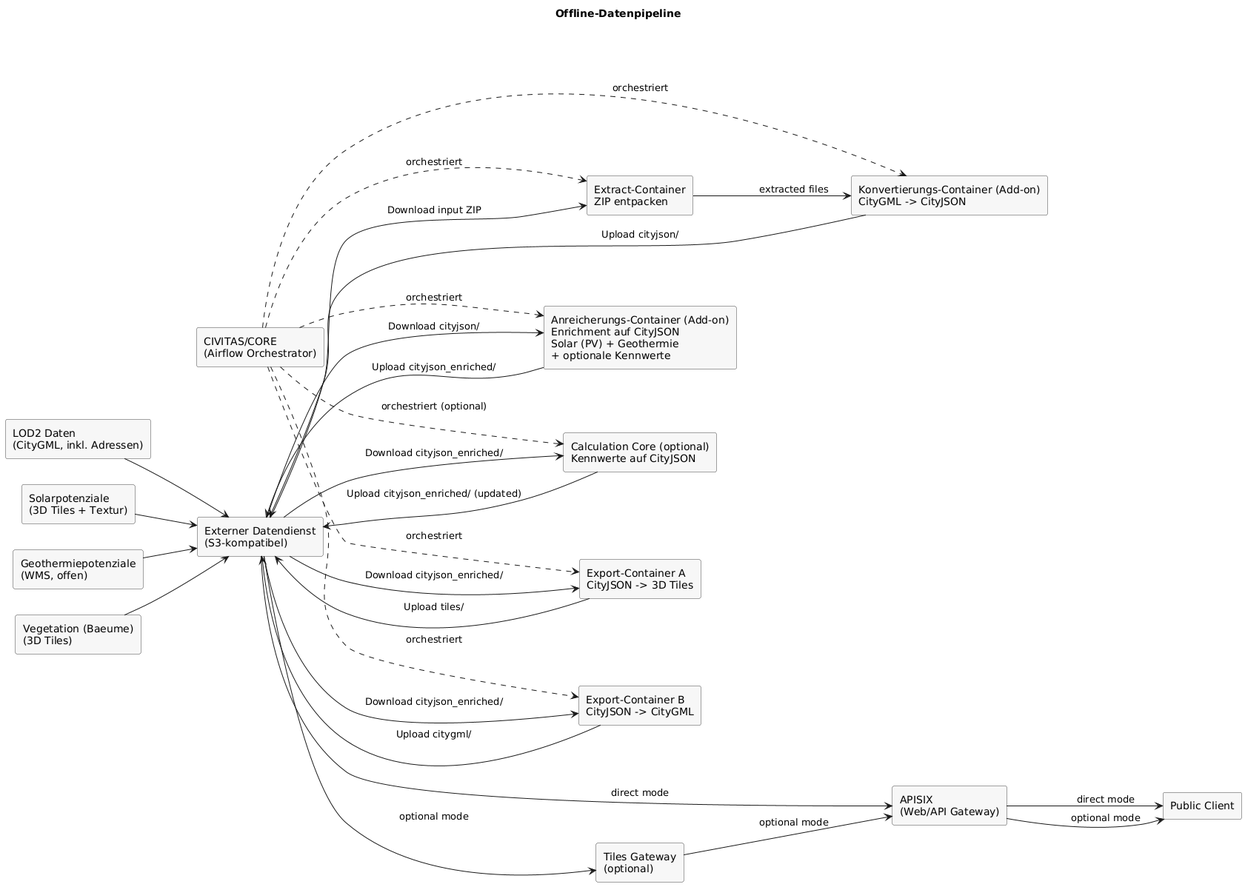
The PlantUML diagram docs/architecture/attachments/offline-data-pipeline.png in csi-FOXBYTE/Regensburg_DigitalerEnergieZwilling_Backend, before a commit.
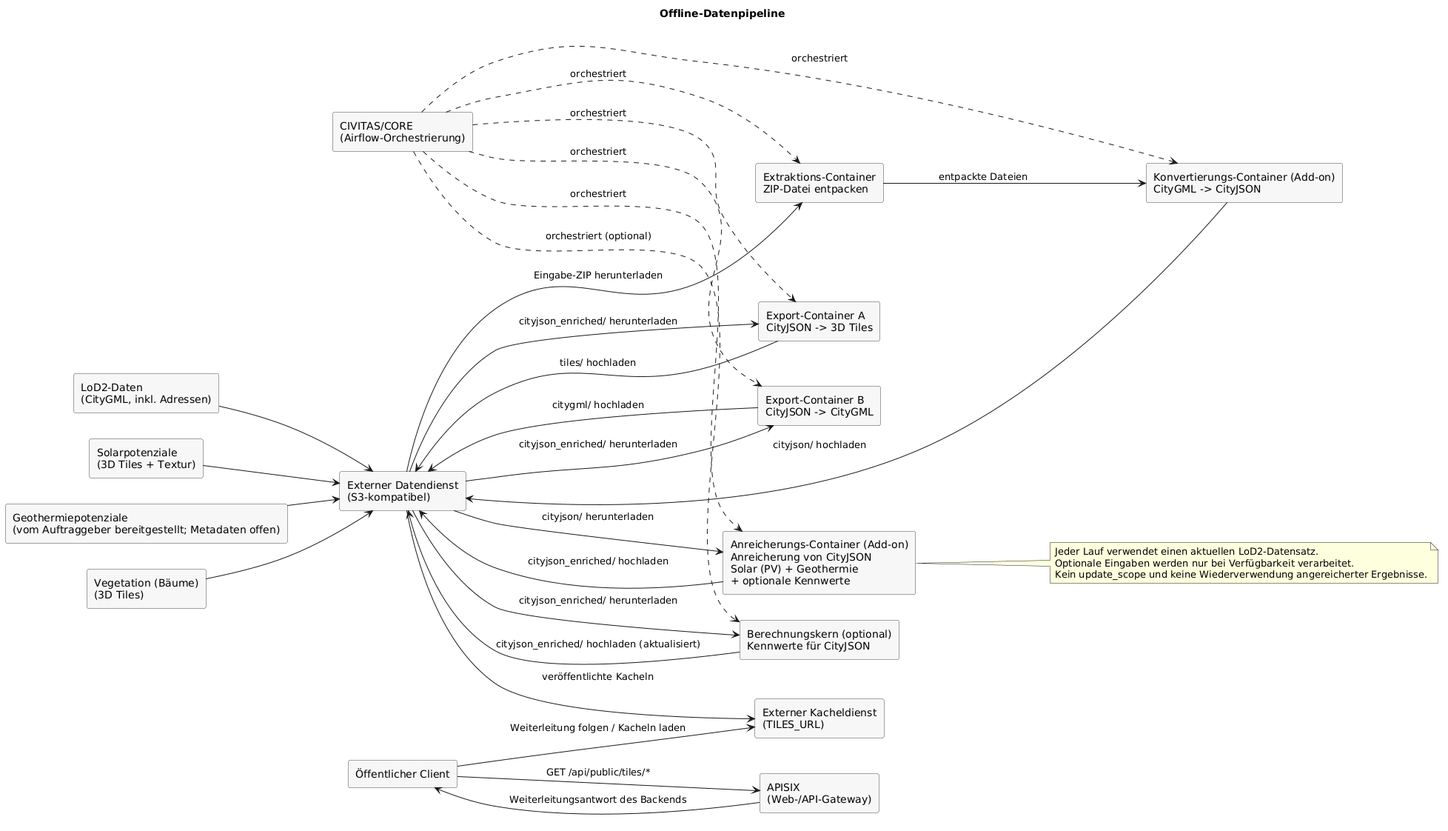
After the commit.

Diff of the diagram source:
```diff
@@ -7,23 +7,23 @@
 
 title Offline-Datenpipeline
 
-rectangle "LOD2 Daten\n(CityGML, inkl. Adressen)" as lod2
+rectangle "LoD2-Daten\n(CityGML, inkl. Adressen)" as lod2
 rectangle "Solarpotenziale\n(3D Tiles + Textur)" as solar
-rectangle "Geothermiepotenziale\n(WMS, offen)" as geo
-rectangle "Vegetation (Baeume)\n(3D Tiles)" as trees
+rectangle "Geothermiepotenziale\n(vom Auftraggeber bereitgestellt; Metadaten offen)" as geo
+rectangle "Vegetation (Bäume)\n(3D Tiles)" as trees
 
 rectangle "Externer Datendienst\n(S3-kompatibel)" as s3
-rectangle "CIVITAS/CORE\n(Airflow Orchestrator)" as airflow
-rectangle "Extract-Container\nZIP entpacken" as extract
+rectangle "CIVITAS/CORE\n(Airflow-Orchestrierung)" as airflow
+rectangle "Extraktions-Container\nZIP-Datei entpacken" as extract
 rectangle "Konvertierungs-Container (Add-on)\nCityGML -> CityJSON" as convert
-rectangle "Anreicherungs-Container (Add-on)\nEnrichment auf CityJSON\nSolar (PV) + Geothermie\n+ optionale Kennwerte" as enrich
-rectangle "Calculation Core (optional)\nKennwerte auf CityJSON" as calc
+rectangle "Anreicherungs-Container (Add-on)\nAnreicherung von CityJSON\nSolar (PV) + Geothermie\n+ optionale Kennwerte" as enrich
+rectangle "Berechnungskern (optional)\nKennwerte für CityJSON" as calc
 rectangle "Export-Container A\nCityJSON -> 3D Tiles" as export_tiles
 rectangle "Export-Container B\nCityJSON -> CityGML" as export_gml
 
-rectangle "APISIX\n(Web/API Gateway)" as apisix
-rectangle "Tiles Gateway\n(optional)" as gw
-rectangle "Public Client" as client
+rectangle "APISIX\n(Web-/API-Gateway)" as apisix
+rectangle "Externer Kacheldienst\n(TILES_URL)" as tiles_service
+rectangle "Öffentlicher Client" as client
 
 lod2 --> s3
 solar --> s3
@@ -36,22 +36,27 @@
 airflow ..> calc : orchestriert (optional)
 airflow ..> export_tiles : orchestriert
 airflow ..> export_gml : orchestriert
-s3 --> extract : Download input ZIP
-extract --> convert : extracted files
-convert --> s3 : Upload cityjson/
-s3 --> enrich : Download cityjson/
-enrich --> s3 : Upload cityjson_enriched/
-s3 --> calc : Download cityjson_enriched/
-calc --> s3 : Upload cityjson_enriched/ (updated)
-s3 --> export_tiles : Download cityjson_enriched/
-export_tiles --> s3 : Upload tiles/
-s3 --> export_gml : Download cityjson_enriched/
-export_gml --> s3 : Upload citygml/
+s3 --> extract : Eingabe-ZIP herunterladen
+extract --> convert : entpackte Dateien
+convert --> s3 : cityjson/ hochladen
+s3 --> enrich : cityjson/ herunterladen
+enrich --> s3 : cityjson_enriched/ hochladen
+s3 --> calc : cityjson_enriched/ herunterladen
+calc --> s3 : cityjson_enriched/ hochladen (aktualisiert)
+s3 --> export_tiles : cityjson_enriched/ herunterladen
+export_tiles --> s3 : tiles/ hochladen
+s3 --> export_gml : cityjson_enriched/ herunterladen
+export_gml --> s3 : citygml/ hochladen
 
-s3 --> apisix : direct mode
-apisix --> client : direct mode
-s3 --> gw : optional mode
-gw --> apisix : optional mode
-apisix --> client : optional mode
+s3 --> tiles_service : veröffentlichte Kacheln
+client --> apisix : GET /api/public/tiles/*
+apisix --> client : Weiterleitungsantwort des Backends
+client --> tiles_service : Weiterleitung folgen / Kacheln laden
+
+note right of enrich
+Jeder Lauf verwendet einen aktuellen LoD2-Datensatz.
+Optionale Eingaben werden nur bei Verfügbarkeit verarbeitet.
+Kein update_scope und keine Wiederverwendung angereicherter Ergebnisse.
+end note
 
 @enduml
```
